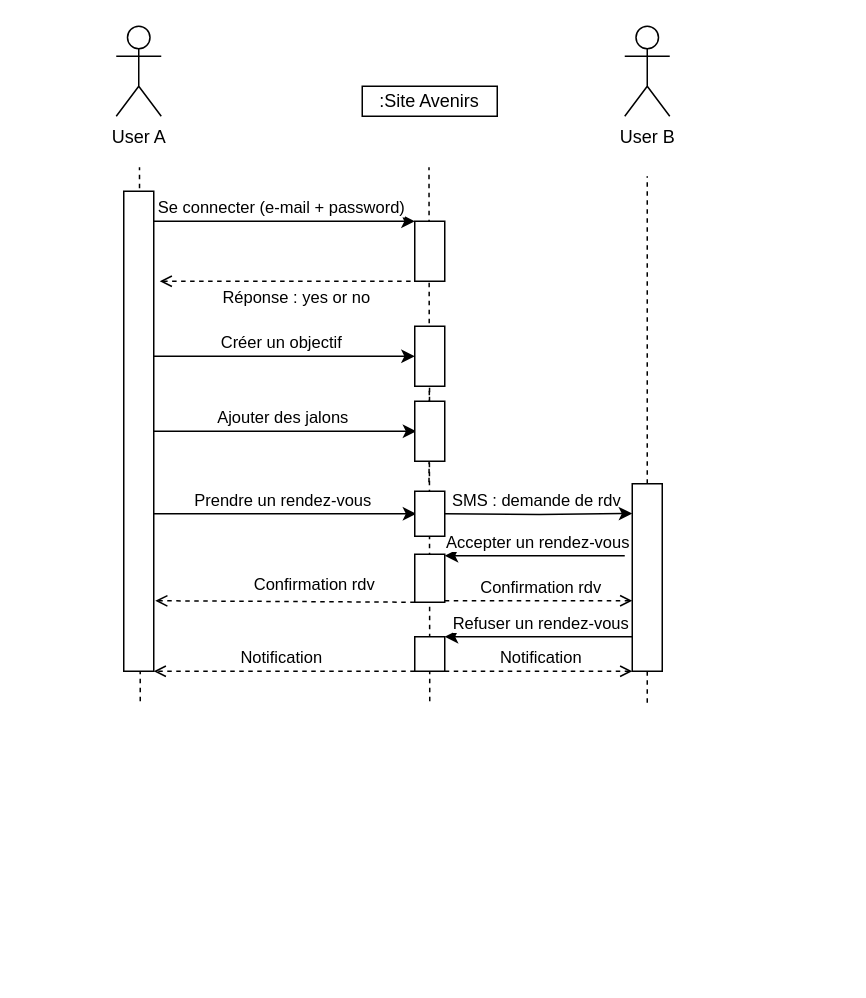
Before: page "Diagramme de séquence" (3 of 4) of uml_avenirs.drawio in cbeauquel/oc_projet9, a draw.io diagram. Source tidied: cells renumbered, new cells numbered last; positions are measured from the earlier drawing's top-left corner, leaving out a move shared by most shapes. Both pictures are drawn from the tidied source at 150%, with x=0, y=0 at pixel (116, 26).
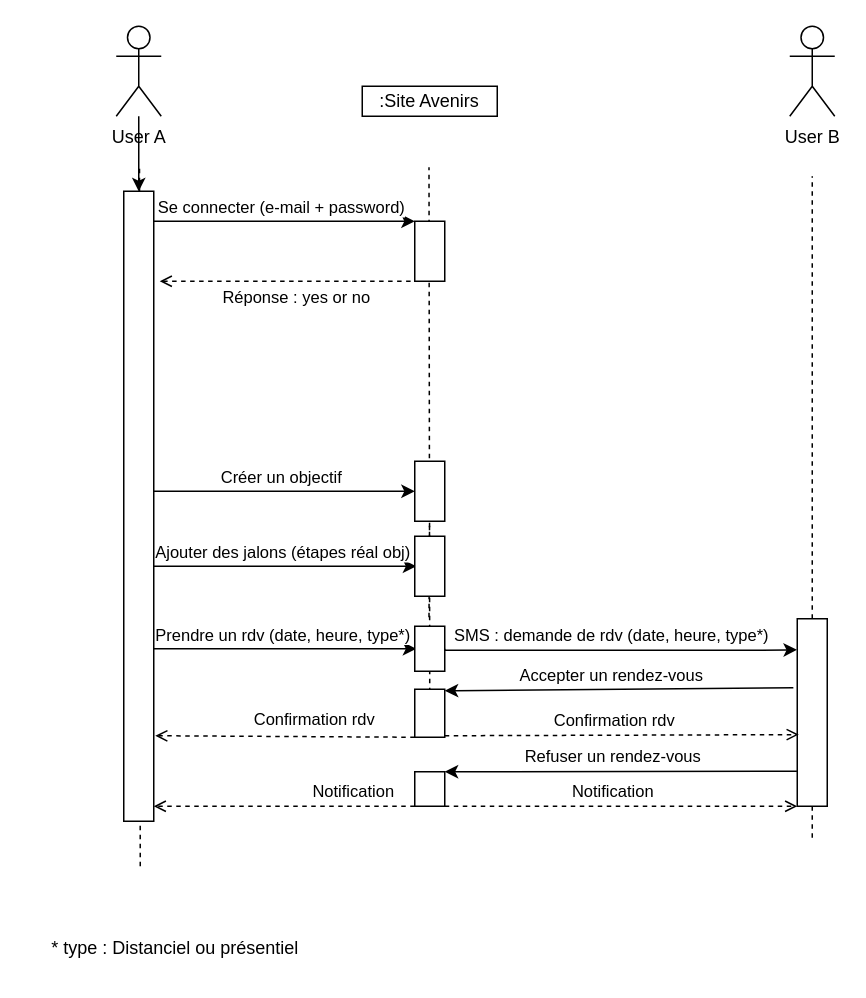
The same diagram, later.

Unchanged cells that the change refers to:
```xml
<mxCell id="2" value="User A" style="shape=umlActor;verticalLabelPosition=bottom;verticalAlign=top;html=1;outlineConnect=0;" parent="1" vertex="1">
  <mxGeometry width="30" height="60" as="geometry" />
</mxCell>
```

What changed in the source:
```diff
@@
+    <mxCell id="42" style="edgeStyle=orthogonalEdgeStyle;rounded=0;jettySize=auto;html=1;" parent="1" edge="1" source="2" target="24">
+      <mxGeometry relative="1" as="geometry" />
+    </mxCell>
@@
     <mxCell id="3" style="endArrow=none;dashed=1;html=1;rounded=0;" parent="1" edge="1">
       <mxGeometry relative="1" as="geometry">
-        <mxPoint x="16" y="450" as="sourcePoint" />
+        <mxPoint x="16" y="560" as="sourcePoint" />
         <mxPoint x="15.5" y="94" as="targetPoint" />
       </mxGeometry>
     </mxCell>
@@
     <mxCell id="11" style="endArrow=classic;html=1;rounded=0;entryX=0;entryY=0;entryDx=0;entryDy=0;" parent="1" edge="1">
       <mxGeometry relative="1" as="geometry">
-        <mxPoint x="24" y="220" as="sourcePoint" />
-        <mxPoint x="199" y="220" as="targetPoint" />
+        <mxPoint x="24" y="310" as="sourcePoint" />
+        <mxPoint x="199" y="310" as="targetPoint" />
       </mxGeometry>
     </mxCell>
@@
     <mxCell id="13" style="endArrow=classic;html=1;rounded=0;entryX=0;entryY=0;entryDx=0;entryDy=0;" parent="1" edge="1">
       <mxGeometry relative="1" as="geometry">
-        <mxPoint x="25" y="270" as="sourcePoint" />
-        <mxPoint x="200" y="270" as="targetPoint" />
+        <mxPoint x="25" y="360" as="sourcePoint" />
+        <mxPoint x="200" y="360" as="targetPoint" />
       </mxGeometry>
     </mxCell>
-    <mxCell id="14" value="Ajouter des jalons" style="edgeLabel;html=1;align=center;verticalAlign=middle;" parent="13" vertex="1">
+    <mxCell id="14" value="Ajouter des jalons (étapes réal obj)" style="edgeLabel;html=1;align=center;verticalAlign=middle;" parent="13" vertex="1">
       <mxGeometry x="-0.12" y="-1" relative="1" as="geometry">
         <mxPoint x="8" y="-11" as="offset" />
       </mxGeometry>
     </mxCell>
     <mxCell id="15" style="endArrow=classic;html=1;rounded=0;entryX=0;entryY=0;entryDx=0;entryDy=0;" parent="1" edge="1">
       <mxGeometry relative="1" as="geometry">
-        <mxPoint x="25" y="325" as="sourcePoint" />
-        <mxPoint x="200" y="325" as="targetPoint" />
+        <mxPoint x="25" y="415" as="sourcePoint" />
+        <mxPoint x="200" y="415" as="targetPoint" />
       </mxGeometry>
     </mxCell>
-    <mxCell id="16" value="Prendre un rendez-vous" style="edgeLabel;html=1;align=center;verticalAlign=middle;" parent="15" vertex="1">
+    <mxCell id="16" value="Prendre un rdv (date, heure, type*)" style="edgeLabel;html=1;align=center;verticalAlign=middle;" parent="15" vertex="1">
       <mxGeometry x="-0.12" y="-1" relative="1" as="geometry">
         <mxPoint x="8" y="-11" as="offset" />
       </mxGeometry>
     </mxCell>
-    <mxCell id="17" value="SMS : demande de rdv" style="edgeLabel;html=1;align=center;verticalAlign=middle;" parent="15" vertex="1">
+    <mxCell id="17" value="SMS : demande de rdv (date, heure, type*)" style="edgeLabel;html=1;align=center;verticalAlign=middle;" parent="15" vertex="1">
       <mxGeometry x="-0.12" y="-1" relative="1" as="geometry">
-        <mxPoint x="177" y="-11" as="offset" />
+        <mxPoint x="227" y="-11" as="offset" />
       </mxGeometry>
     </mxCell>
-    <mxCell id="18" style="endArrow=none;html=1;rounded=0;startArrow=classic;startFill=1;endFill=0;exitX=1;exitY=0.25;exitDx=0;exitDy=0;" parent="1" edge="1">
+    <mxCell id="18" style="endArrow=none;html=1;rounded=0;startArrow=classic;startFill=1;endFill=0;exitX=1;exitY=0.25;exitDx=0;exitDy=0;entryX=-0.13;entryY=0.368;entryDx=0;entryDy=0;entryPerimeter=0;" parent="1" edge="1" target="32">
       <mxGeometry relative="1" as="geometry">
-        <mxPoint x="219" y="353" as="sourcePoint" />
-        <mxPoint x="339" y="353" as="targetPoint" />
+        <mxPoint x="219" y="443" as="sourcePoint" />
       </mxGeometry>
     </mxCell>
@@
-    <mxCell id="20" style="endArrow=none;html=1;rounded=0;entryX=0;entryY=0;entryDx=0;entryDy=0;startArrow=classic;startFill=1;endFill=0;exitX=1;exitY=0;exitDx=0;exitDy=0;" parent="1" edge="1" source="40">
-      <mxGeometry relative="1" as="geometry">
-        <mxPoint x="344" y="407" as="targetPoint" />
-      </mxGeometry>
+    <mxCell id="20" style="endArrow=none;html=1;rounded=0;startArrow=classic;startFill=1;endFill=0;exitX=1;exitY=0;exitDx=0;exitDy=0;entryX=-0.01;entryY=0.813;entryDx=0;entryDy=0;entryPerimeter=0;" parent="1" edge="1" source="40" target="32">
+      <mxGeometry relative="1" as="geometry" />
     </mxCell>
@@
     <mxCell id="24" style="rounded=0;whiteSpace=wrap;html=1;fillColor=#FFFFFF;" parent="1" vertex="1">
-      <mxGeometry x="5" y="110" width="20" height="320" as="geometry" />
+      <mxGeometry x="5" y="110" width="20" height="420" as="geometry" />
     </mxCell>
     <mxCell id="25" style="endArrow=none;dashed=1;html=1;rounded=0;" parent="1" edge="1" target="26">
       <mxGeometry relative="1" as="geometry">
-        <mxPoint x="208.5" y="304" as="sourcePoint" />
+        <mxPoint x="208.5" y="394" as="sourcePoint" />
       </mxGeometry>
     </mxCell>
     <mxCell id="26" style="rounded=0;whiteSpace=wrap;html=1;fillColor=#FFFFFF;" parent="1" vertex="1">
-      <mxGeometry x="199" y="200" width="20" height="40" as="geometry" />
+      <mxGeometry x="199" y="290" width="20" height="40" as="geometry" />
     </mxCell>
-    <mxCell id="27" style="edgeStyle=orthogonalEdgeStyle;rounded=0;orthogonalLoop=1;jettySize=auto;html=1;exitX=1;exitY=0.5;exitDx=0;exitDy=0;entryX=0;entryY=0.25;entryDx=0;entryDy=0;" parent="1" edge="1">
+    <mxCell id="27" style="edgeStyle=orthogonalEdgeStyle;rounded=0;jettySize=auto;html=1;exitX=1;exitY=0.5;exitDx=0;exitDy=0;entryX=-0.01;entryY=0.166;entryDx=0;entryDy=0;entryPerimeter=0;" parent="1" edge="1" target="32">
       <mxGeometry relative="1" as="geometry">
-        <mxPoint x="219" y="325" as="sourcePoint" />
-        <mxPoint x="344" y="324.8" as="targetPoint" />
+        <mxPoint x="219" y="415" as="sourcePoint" />
+        <Array as="points">
+          <mxPoint x="219" y="416" />
+          <mxPoint x="429" y="416" />
+        </Array>
       </mxGeometry>
     </mxCell>
     <mxCell id="28" style="rounded=0;whiteSpace=wrap;html=1;fillColor=#FFFFFF;" parent="1" vertex="1">
-      <mxGeometry x="199" y="310" width="20" height="30" as="geometry" />
+      <mxGeometry x="199" y="400" width="20" height="30" as="geometry" />
     </mxCell>
     <mxCell id="29" value="User B" style="shape=umlActor;verticalLabelPosition=bottom;verticalAlign=top;html=1;" parent="1" vertex="1">
-      <mxGeometry x="339" width="30" height="60" as="geometry" />
+      <mxGeometry x="449" width="30" height="60" as="geometry" />
     </mxCell>
     <mxCell id="30" style="endArrow=none;dashed=1;html=1;rounded=0;" parent="1" edge="1" source="32">
       <mxGeometry relative="1" as="geometry">
-        <mxPoint x="354" y="100" as="targetPoint" />
+        <mxPoint x="464" y="100" as="targetPoint" />
       </mxGeometry>
     </mxCell>
     <mxCell id="31" style="endArrow=none;dashed=1;html=1;rounded=0;" parent="1" edge="1" target="32">
       <mxGeometry relative="1" as="geometry">
-        <mxPoint x="354" y="451" as="sourcePoint" />
+        <mxPoint x="464" y="541" as="sourcePoint" />
       </mxGeometry>
     </mxCell>
     <mxCell id="32" style="rounded=0;whiteSpace=wrap;html=1;fillColor=#FFFFFF;" parent="1" vertex="1">
-      <mxGeometry x="344" y="305" width="20" height="125" as="geometry" />
+      <mxGeometry x="454" y="395" width="20" height="125" as="geometry" />
     </mxCell>
     <mxCell id="33" style="rounded=0;whiteSpace=wrap;html=1;fillColor=#FFFFFF;" parent="1" vertex="1">
-      <mxGeometry x="199" y="352" width="20" height="32" as="geometry" />
+      <mxGeometry x="199" y="442" width="20" height="32" as="geometry" />
     </mxCell>
-    <mxCell id="34" style="endArrow=open;html=1;rounded=0;entryX=0;entryY=1;entryDx=0;entryDy=0;exitX=1;exitY=1;exitDx=0;exitDy=0;dashed=1;endFill=0;" parent="1" edge="1">
+    <mxCell id="34" style="endArrow=open;html=1;rounded=0;entryX=0.05;entryY=0.618;entryDx=0;entryDy=0;exitX=1;exitY=1;exitDx=0;exitDy=0;dashed=1;endFill=0;entryPerimeter=0;" parent="1" edge="1" target="32">
       <mxGeometry relative="1" as="geometry">
-        <mxPoint x="219" y="383" as="sourcePoint" />
-        <mxPoint x="344" y="383" as="targetPoint" />
+        <mxPoint x="219" y="473" as="sourcePoint" />
       </mxGeometry>
     </mxCell>
@@
     <mxCell id="36" style="endArrow=open;html=1;rounded=0;exitX=0;exitY=1;exitDx=0;exitDy=0;dashed=1;endFill=0;" parent="1" edge="1" source="33">
       <mxGeometry relative="1" as="geometry">
-        <mxPoint x="26" y="383" as="targetPoint" />
+        <mxPoint x="26" y="473" as="targetPoint" />
       </mxGeometry>
     </mxCell>
@@
     <mxCell id="38" style="edgeStyle=orthogonalEdgeStyle;rounded=0;jettySize=auto;html=1;exitX=1;exitY=1;exitDx=0;exitDy=0;entryX=0;entryY=1;entryDx=0;entryDy=0;dashed=1;endArrow=open;endFill=0;" parent="1" edge="1" source="40" target="32">
       <mxGeometry relative="1" as="geometry">
         <Array as="points">
-          <mxPoint x="289" y="430" />
-          <mxPoint x="289" y="430" />
+          <mxPoint x="289" y="520" />
+          <mxPoint x="289" y="520" />
         </Array>
       </mxGeometry>
     </mxCell>
-    <mxCell id="39" style="edgeStyle=orthogonalEdgeStyle;rounded=0;jettySize=auto;html=1;exitX=0;exitY=1;exitDx=0;exitDy=0;entryX=1;entryY=1;entryDx=0;entryDy=0;dashed=1;endArrow=open;endFill=0;" parent="1" edge="1" source="40" target="24">
+    <mxCell id="39" style="edgeStyle=orthogonalEdgeStyle;rounded=0;jettySize=auto;html=1;exitX=0;exitY=1;exitDx=0;exitDy=0;entryX=1;entryY=1;entryDx=0;entryDy=0;dashed=1;endArrow=open;endFill=0;" parent="1" edge="1" source="40">
       <mxGeometry relative="1" as="geometry">
+        <mxPoint x="25" y="520" as="targetPoint" />
         <Array as="points">
-          <mxPoint x="119" y="430" />
-          <mxPoint x="119" y="430" />
+          <mxPoint x="119" y="520" />
+          <mxPoint x="119" y="520" />
         </Array>
       </mxGeometry>
     </mxCell>
     <mxCell id="40" style="rounded=0;whiteSpace=wrap;html=1;fillColor=#FFFFFF;" parent="1" vertex="1">
-      <mxGeometry x="199" y="407" width="20" height="23" as="geometry" />
+      <mxGeometry x="199" y="497" width="20" height="23" as="geometry" />
     </mxCell>
     <mxCell id="41" style="rounded=0;whiteSpace=wrap;html=1;fillColor=#FFFFFF;" parent="1" vertex="1">
-      <mxGeometry x="199" y="250" width="20" height="40" as="geometry" />
+      <mxGeometry x="199" y="340" width="20" height="40" as="geometry" />
     </mxCell>
+    <mxCell id="43" value="* type : Distanciel ou présentiel" style="text;html=1;align=center;verticalAlign=middle;whiteSpace=wrap;rounded=0;" parent="1" vertex="1">
+      <mxGeometry x="-60" y="600" width="199" height="30" as="geometry" />
+    </mxCell>
```
